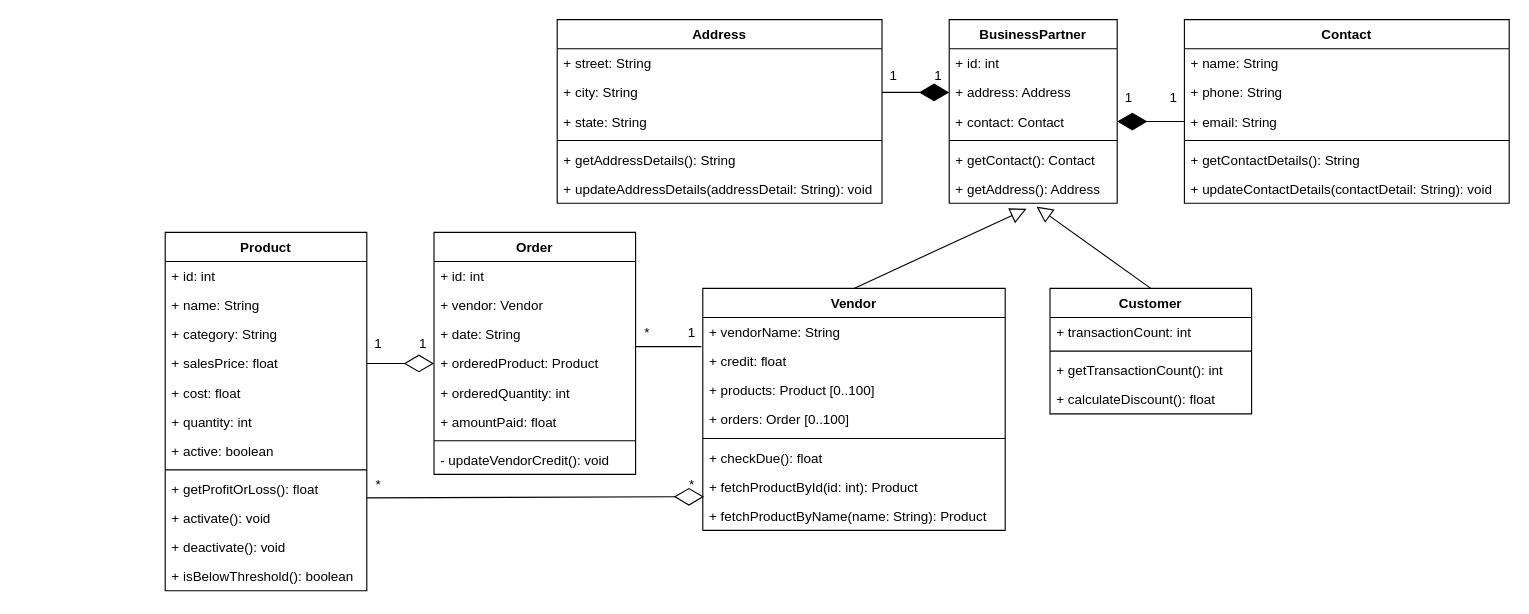
The draw.io diagram upgrad - IMS.drawio in ishwar-soni/fsd-ooadp-ims, before the edit. Source tidied: cells renumbered, new cells numbered last; positions are measured from the earlier drawing's top-left corner, leaving out a move shared by most shapes. Both pictures are drawn from the tidied source at 112%, with x=0, y=0 at pixel (165, 19).
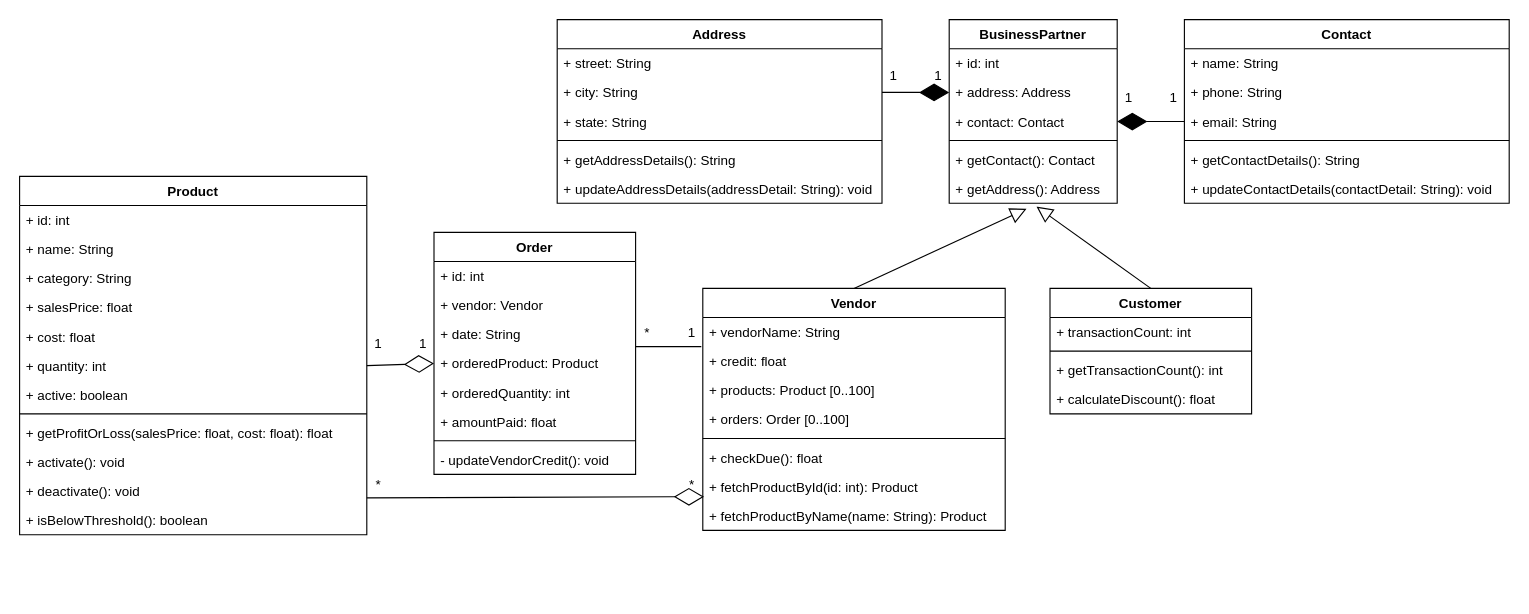
The same diagram, later.

Commit message:
IMS- homework

The change refers to these unchanged cells:
```xml
<mxCell id="57" value="+ orderedProduct: Product" style="text;strokeColor=none;fillColor=none;align=left;verticalAlign=top;spacingLeft=4;spacingRight=4;overflow=hidden;points=[[0,0.5],[1,0.5]];portConstraint=eastwest;" parent="53" vertex="1">
  <mxGeometry y="104" width="180" height="26" as="geometry" />
</mxCell>
```

The edit, as a diff of the source:
```diff
@@
-    <mxCell id="21" style="endArrow=diamondThin;endFill=0;endSize=24;html=1;exitX=1;exitY=0.5;exitDx=0;exitDy=0;entryX=0;entryY=0.5;entryDx=0;entryDy=0;" parent="1" edge="1" source="66" target="57">
+    <mxCell id="21" style="endArrow=diamondThin;endFill=0;endSize=24;html=1;exitX=1;exitY=0.5;exitDx=0;exitDy=0;entryX=0;entryY=0.5;entryDx=0;entryDy=0;" parent="1" edge="1" source="68" target="57">
       <mxGeometry relative="1" as="geometry" />
     </mxCell>
@@
     <mxCell id="62" value="Product" style="swimlane;fontStyle=1;align=center;verticalAlign=top;horizontal=1;startSize=26;" parent="1" vertex="1">
-      <mxGeometry y="190" width="180" height="320" as="geometry" />
+      <mxGeometry x="-130" y="140" width="310" height="320" as="geometry" />
     </mxCell>
     <mxCell id="63" value="+ id: int" style="text;strokeColor=none;fillColor=none;align=left;verticalAlign=top;spacingLeft=4;spacingRight=4;overflow=hidden;" parent="62" vertex="1">
-      <mxGeometry y="26" width="180" height="26" as="geometry" />
+      <mxGeometry y="26" width="310" height="26" as="geometry" />
     </mxCell>
     <mxCell id="64" value="+ name: String" style="text;strokeColor=none;fillColor=none;align=left;verticalAlign=top;spacingLeft=4;spacingRight=4;overflow=hidden;" parent="62" vertex="1">
-      <mxGeometry y="52" width="180" height="26" as="geometry" />
+      <mxGeometry y="52" width="310" height="26" as="geometry" />
     </mxCell>
     <mxCell id="65" value="+ category: String" style="text;strokeColor=none;fillColor=none;align=left;verticalAlign=top;spacingLeft=4;spacingRight=4;overflow=hidden;" parent="62" vertex="1">
-      <mxGeometry y="78" width="180" height="26" as="geometry" />
+      <mxGeometry y="78" width="310" height="26" as="geometry" />
     </mxCell>
     <mxCell id="66" value="+ salesPrice: float" style="text;strokeColor=none;fillColor=none;align=left;verticalAlign=top;spacingLeft=4;spacingRight=4;overflow=hidden;points=[[0,0.5],[1,0.5]];portConstraint=eastwest;" parent="62" vertex="1">
-      <mxGeometry y="104" width="180" height="26" as="geometry" />
+      <mxGeometry y="104" width="310" height="26" as="geometry" />
     </mxCell>
     <mxCell id="67" value="+ cost: float" style="text;strokeColor=none;fillColor=none;align=left;verticalAlign=top;spacingLeft=4;spacingRight=4;overflow=hidden;" parent="62" vertex="1">
-      <mxGeometry y="130" width="180" height="26" as="geometry" />
+      <mxGeometry y="130" width="310" height="26" as="geometry" />
     </mxCell>
     <mxCell id="68" value="+ quantity: int" style="text;strokeColor=none;fillColor=none;align=left;verticalAlign=top;spacingLeft=4;spacingRight=4;overflow=hidden;points=[[0,0.5],[1,0.5]];portConstraint=eastwest;" parent="62" vertex="1">
-      <mxGeometry y="156" width="180" height="26" as="geometry" />
+      <mxGeometry y="156" width="310" height="26" as="geometry" />
     </mxCell>
     <mxCell id="69" value="+ active: boolean" style="text;strokeColor=none;fillColor=none;align=left;verticalAlign=top;spacingLeft=4;spacingRight=4;overflow=hidden;" parent="62" vertex="1">
-      <mxGeometry y="182" width="180" height="26" as="geometry" />
+      <mxGeometry y="182" width="310" height="26" as="geometry" />
     </mxCell>
     <mxCell id="70" style="line;strokeWidth=1;fillColor=none;align=left;verticalAlign=middle;spacingTop=-1;spacingLeft=3;spacingRight=3;labelPosition=right;" parent="62" vertex="1">
-      <mxGeometry y="208" width="180" height="8" as="geometry" />
+      <mxGeometry y="208" width="310" height="8" as="geometry" />
     </mxCell>
-    <mxCell id="71" value="+ getProfitOrLoss(): float" style="text;strokeColor=none;fillColor=none;align=left;verticalAlign=top;spacingLeft=4;spacingRight=4;overflow=hidden;" parent="62" vertex="1">
-      <mxGeometry y="216" width="180" height="26" as="geometry" />
+    <mxCell id="71" value="+ getProfitOrLoss(salesPrice: float, cost: float): float" style="text;strokeColor=none;fillColor=none;align=left;verticalAlign=top;spacingLeft=4;spacingRight=4;overflow=hidden;" parent="62" vertex="1">
+      <mxGeometry y="216" width="310" height="26" as="geometry" />
     </mxCell>
     <mxCell id="72" value="+ activate(): void" style="text;strokeColor=none;fillColor=none;align=left;verticalAlign=top;spacingLeft=4;spacingRight=4;overflow=hidden;" parent="62" vertex="1">
-      <mxGeometry y="242" width="180" height="26" as="geometry" />
+      <mxGeometry y="242" width="310" height="26" as="geometry" />
     </mxCell>
     <mxCell id="73" value="+ deactivate(): void" style="text;strokeColor=none;fillColor=none;align=left;verticalAlign=top;spacingLeft=4;spacingRight=4;overflow=hidden;" parent="62" vertex="1">
-      <mxGeometry y="268" width="180" height="26" as="geometry" />
+      <mxGeometry y="268" width="310" height="26" as="geometry" />
     </mxCell>
     <mxCell id="74" value="+ isBelowThreshold(): boolean" style="text;strokeColor=none;fillColor=none;align=left;verticalAlign=top;spacingLeft=4;spacingRight=4;overflow=hidden;" parent="62" vertex="1">
-      <mxGeometry y="294" width="180" height="26" as="geometry" />
+      <mxGeometry y="294" width="310" height="26" as="geometry" />
     </mxCell>
```
